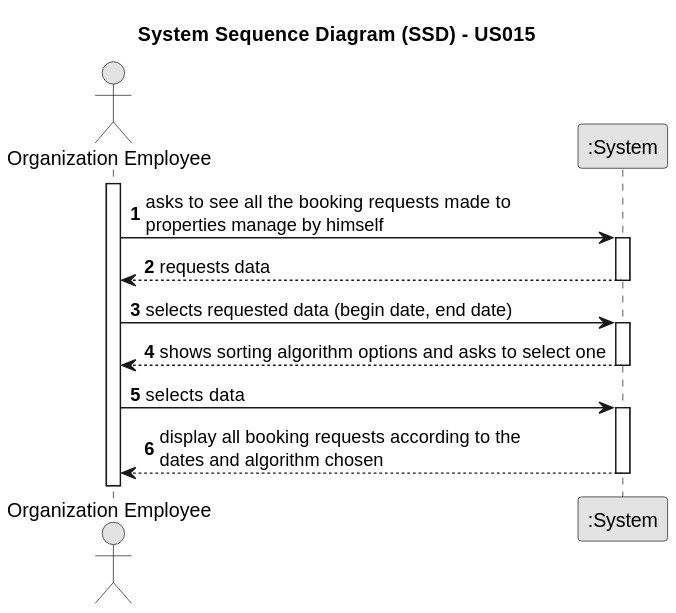
Before: docs/sprintD/us015/01.requirements-engineering/svg/us015-system-sequence-diagram.svg, a diagram exported from PlantUML (rita-barbosa/LAPR2-2223). The source it was exported from:
```plantuml
@startuml
skinparam monochrome true
skinparam packageStyle rectangle
skinparam shadowing false

title System Sequence Diagram (SSD) - US015

autonumber

actor "Organization Employee" as Agent
participant ":System" as System

activate Agent

    Agent -> System : asks to see all the booking requests made to \nproperties manage by himself
    activate System

    System --> Agent : requests data
    deactivate System

    Agent -> System : selects requested data (begin date, end date)
    activate System

    System --> Agent : shows sorting algorithm options and asks to select one
    deactivate System

    Agent -> System : selects data
    activate System

    System --> Agent : display all booking requests according to the \ndates and algorithm chosen
    deactivate System
@enduml
```
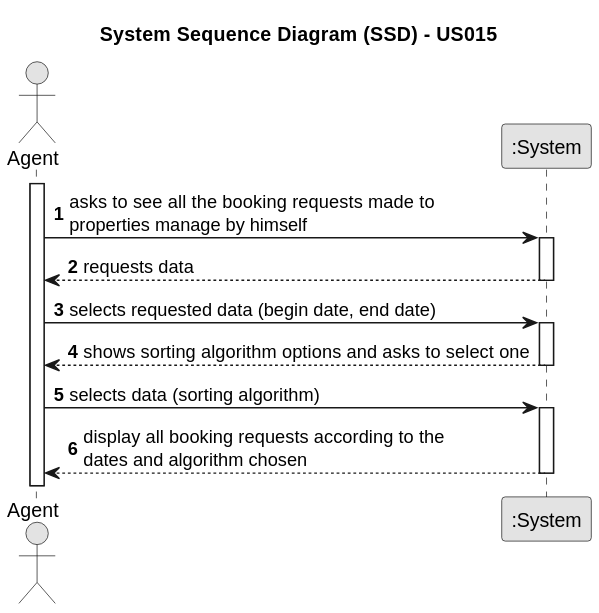
The same file after the commit.

Commit message:
Update System Sequence Diagram (SSD) + SVG [US015][Requirements Engineering]

Diff of the diagram source:
```diff
@@ -7,7 +7,7 @@
 
 autonumber
 
-actor "Organization Employee" as Agent
+actor "Agent" as Agent
 participant ":System" as System
 
 activate Agent
@@ -24,7 +24,7 @@
     System --> Agent : shows sorting algorithm options and asks to select one
     deactivate System
 
-    Agent -> System : selects data
+    Agent -> System : selects data (sorting algorithm)
     activate System
 
     System --> Agent : display all booking requests according to the \ndates and algorithm chosen
```
